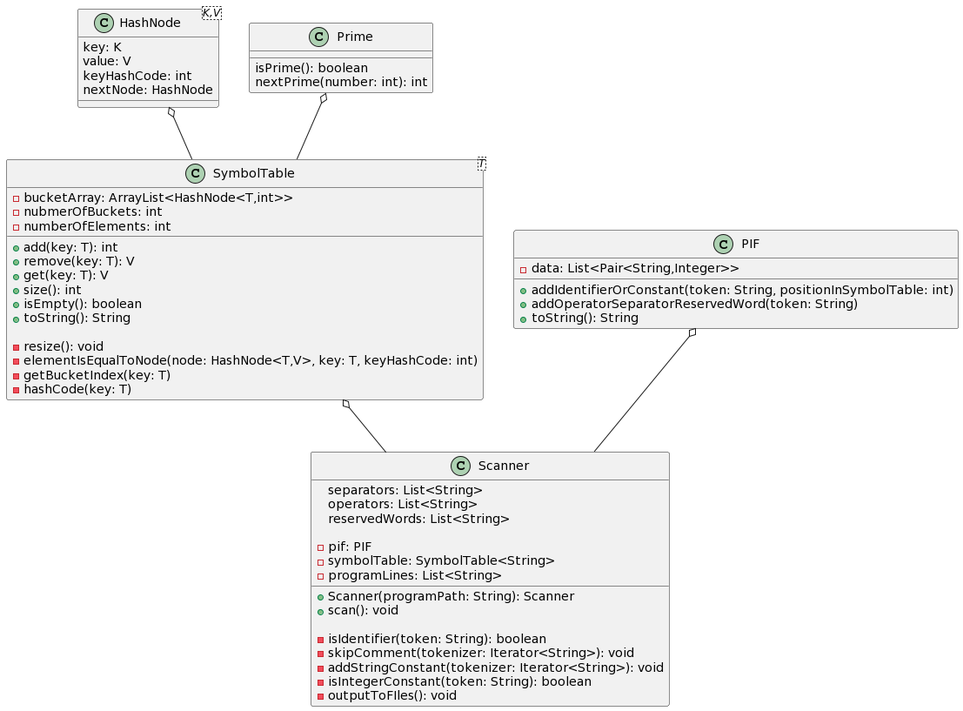
Earlier version of the PlantUML export Lab2/class_diagram.png (Gabarsolon/FLCD).
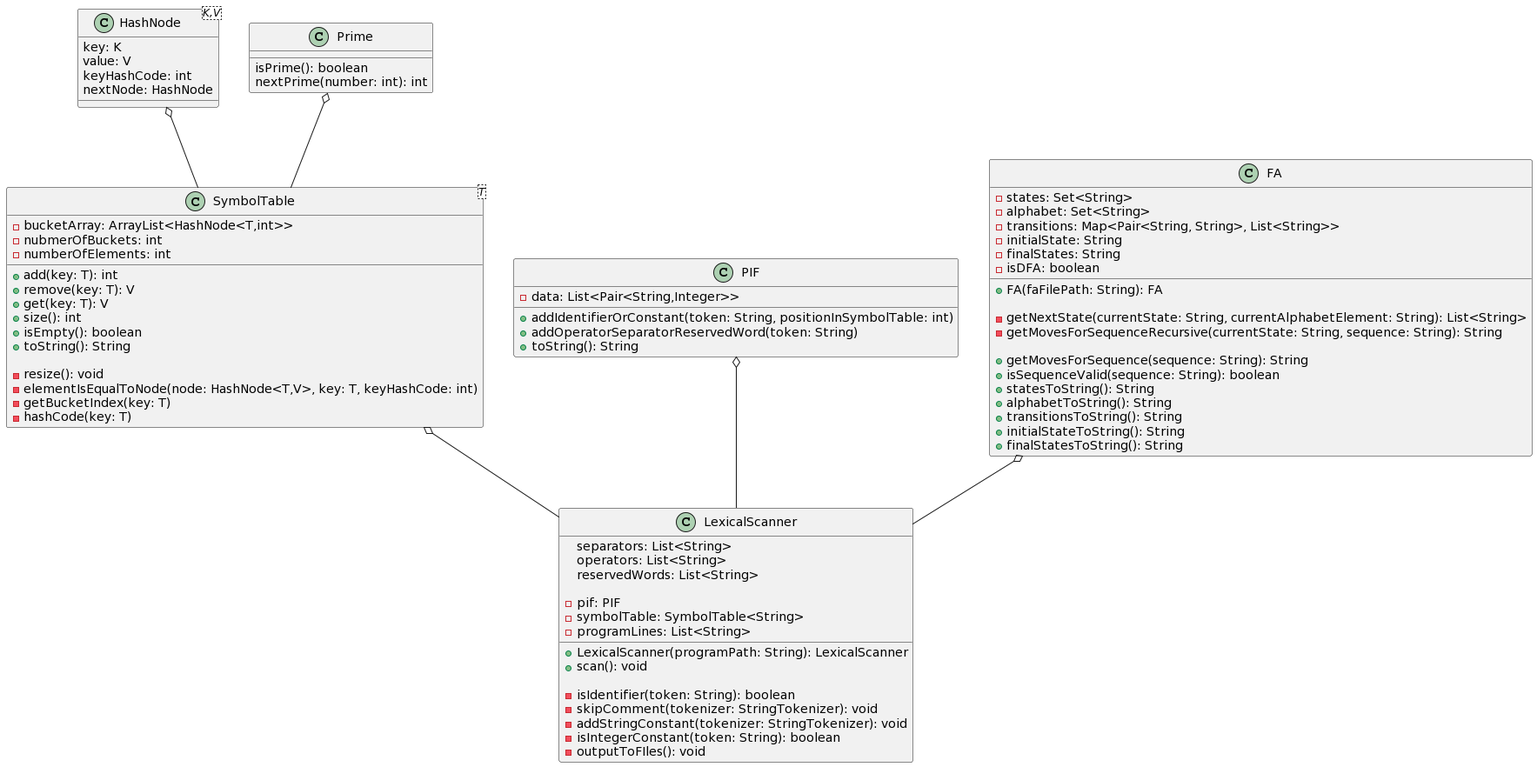
After the commit.

Change to the diagram source:
```diff
@@ -39,7 +39,7 @@
 
 }
 
-class Scanner{
+class LexicalScanner{
  separators: List<String>
  operators: List<String>
  reservedWords: List<String>
@@ -48,21 +48,41 @@
  -symbolTable: SymbolTable<String>
  -programLines: List<String>
 
-  +Scanner(programPath: String): Scanner
+  +LexicalScanner(programPath: String): LexicalScanner
   +scan(): void
 
  -isIdentifier(token: String): boolean
- -skipComment(tokenizer: Iterator<String>): void
- -addStringConstant(tokenizer: Iterator<String>): void
+ -skipComment(tokenizer: StringTokenizer): void
+ -addStringConstant(tokenizer: StringTokenizer): void
  -isIntegerConstant(token: String): boolean
  -outputToFIles(): void
+}
+class FA{
+  -states: Set<String>
+  -alphabet: Set<String>
+  -transitions: Map<Pair<String, String>, List<String>>
+  -initialState: String
+  -finalStates: String
+  -isDFA: boolean
 
+  +FA(faFilePath: String): FA
 
+  -getNextState(currentState: String, currentAlphabetElement: String): List<String>
+  -getMovesForSequenceRecursive(currentState: String, sequence: String): String
+
+  +getMovesForSequence(sequence: String): String
+  +isSequenceValid(sequence: String): boolean
+  +statesToString(): String
+  +alphabetToString(): String
+  +transitionsToString(): String
+  +initialStateToString(): String
+  +finalStatesToString(): String
 
 }
 
 HashNode o-- SymbolTable
 Prime o-- SymbolTable
-PIF o-- Scanner
-SymbolTable o-- Scanner
+PIF o-- LexicalScanner
+SymbolTable o-- LexicalScanner
+FA o-- LexicalScanner
 @enduml
```
